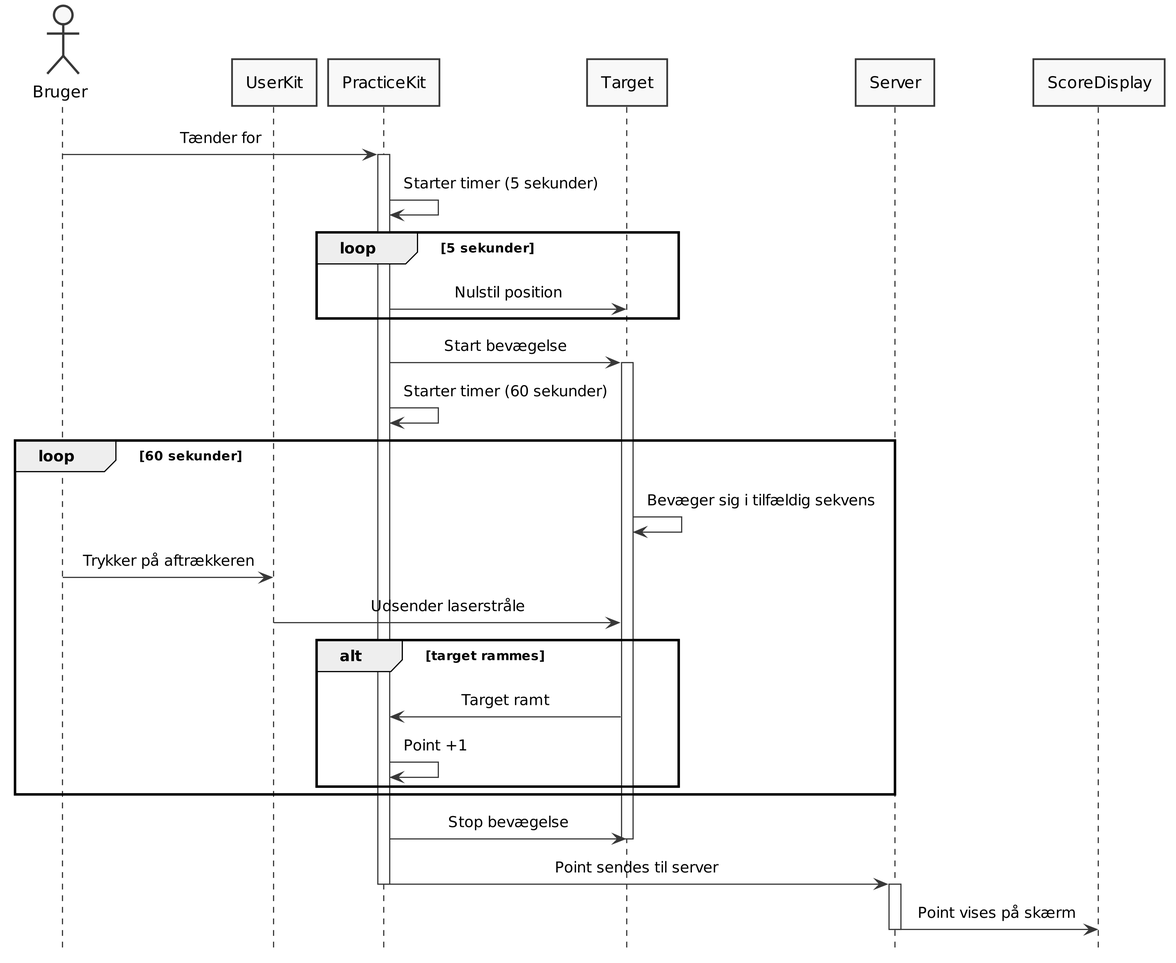
Before: PlantUML/ssd-uc1.png, a diagram exported from PlantUML (LasseKrarup/Laser-Tag-Project).
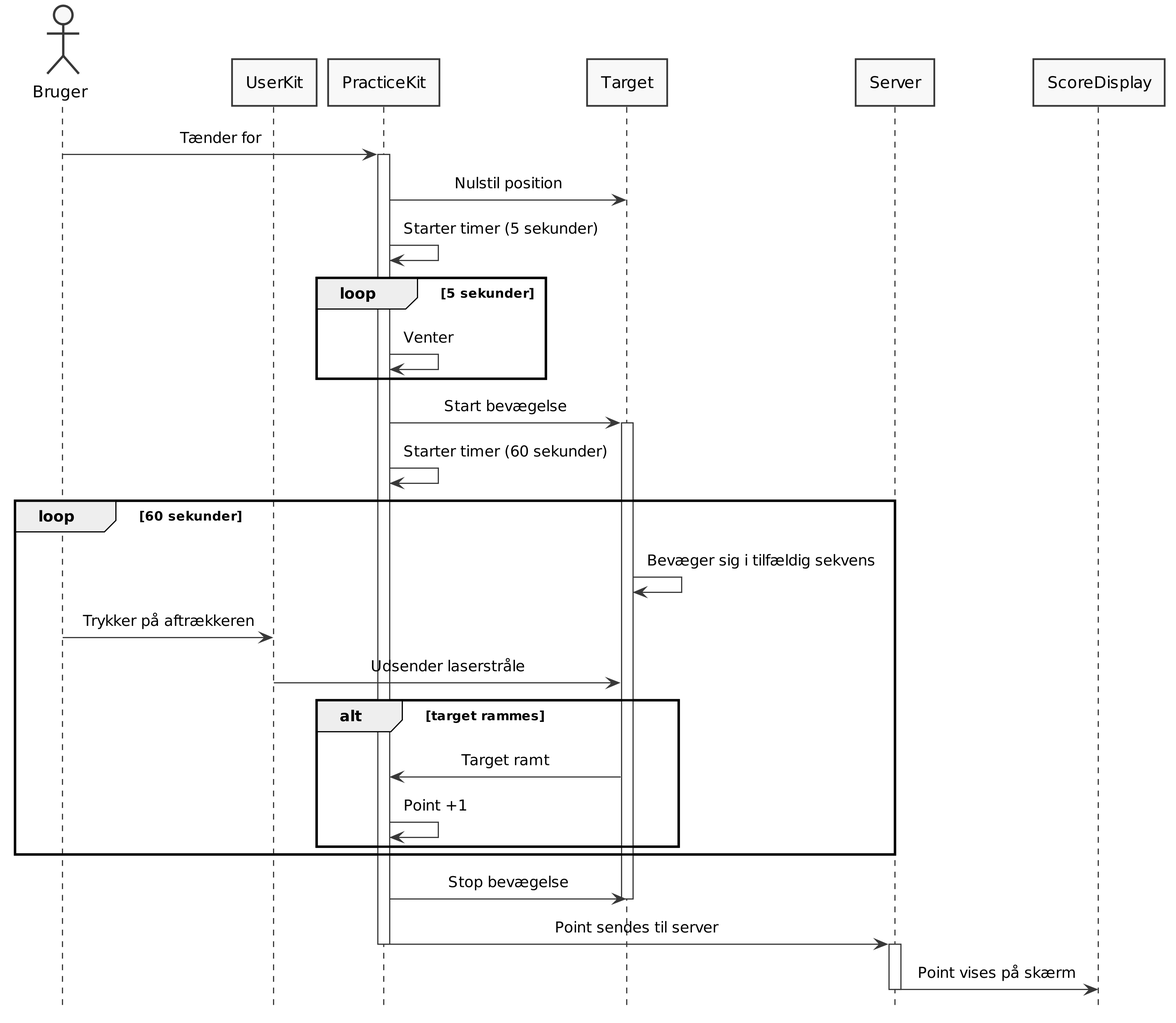
The same diagram one commit later.

Change to the diagram source:
```diff
@@ -23,9 +23,10 @@
 
 activate practiceKit
 
+practiceKit -> target: Nulstil position
 practiceKit -> practiceKit: Starter timer (5 sekunder)
 loop 5 sekunder
-    practiceKit -> target: Nulstil position
+    practiceKit -> practiceKit: Venter
 end
 
 practiceKit -> target: Start bevægelse
```
